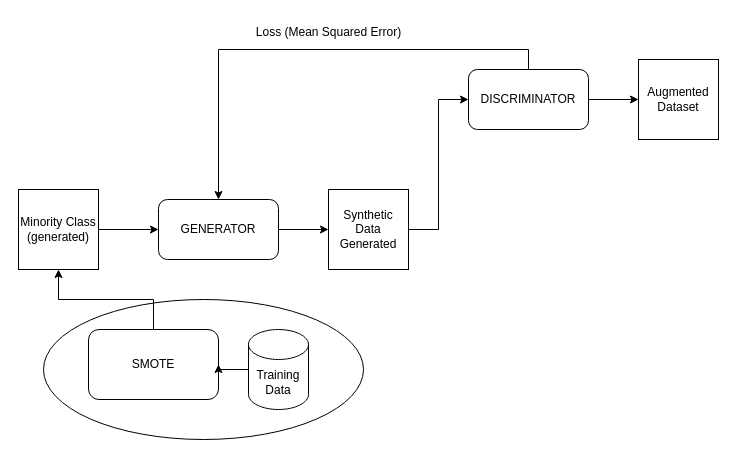
shaurya2093/Entity_Relationships keeps this draw.io diagram as Untitled Diagram.drawio. Above is the earlier version. Source tidied: cells renumbered, new cells numbered last; positions are measured from the earlier drawing's top-left corner, leaving out a move shared by most shapes. Both pictures are drawn from the tidied source at 100%, with x=0, y=0 at pixel (18, 17).
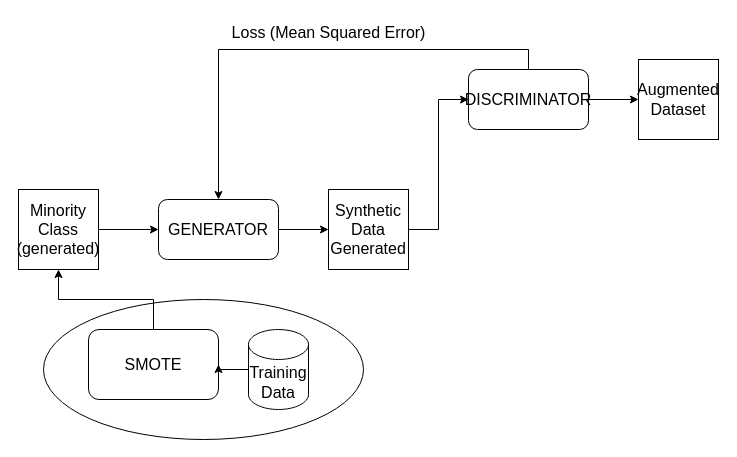
Above is the later version.

Commit message:
Updated_Smotefied_GAN

The edit, as a diff of the source:
```diff
@@
 <mxGraphModel>
   <root>
     <mxCell id="0" />
     <mxCell id="1" parent="0" />
     <mxCell id="2" style="edgeStyle=orthogonalEdgeStyle;rounded=0;jettySize=auto;html=1;exitX=1;exitY=0.5;exitDx=0;exitDy=0;entryX=0;entryY=0.5;entryDx=0;entryDy=0;" parent="1" edge="1" source="3" target="7">
       <mxGeometry relative="1" as="geometry" />
     </mxCell>
-    <mxCell id="3" value="Minority Class&lt;div&gt;(generated)&lt;/div&gt;" style="whiteSpace=wrap;html=1;" parent="1" vertex="1">
+    <mxCell id="3" value="&lt;font style=&quot;font-size: 16px;&quot;&gt;Minority Class&lt;/font&gt;&lt;div&gt;&lt;font size=&quot;3&quot;&gt;(generated)&lt;/font&gt;&lt;/div&gt;" style="whiteSpace=wrap;html=1;" parent="1" vertex="1">
       <mxGeometry y="172" width="80" height="80" as="geometry" />
     </mxCell>
     <mxCell id="4" style="edgeStyle=orthogonalEdgeStyle;rounded=0;jettySize=auto;html=1;exitX=0.5;exitY=0;exitDx=0;exitDy=0;" parent="1" edge="1" source="5" target="7">
       <mxGeometry relative="1" as="geometry" />
     </mxCell>
-    <mxCell id="5" value="DISCRIMINATOR" style="rounded=1;whiteSpace=wrap;html=1;" parent="1" vertex="1">
+    <mxCell id="5" value="&lt;font style=&quot;font-size: 16px;&quot;&gt;DISCRIMINATOR&lt;/font&gt;" style="rounded=1;whiteSpace=wrap;html=1;" parent="1" vertex="1">
       <mxGeometry x="450" y="52" width="120" height="60" as="geometry" />
     </mxCell>
     <mxCell id="6" style="edgeStyle=orthogonalEdgeStyle;rounded=0;jettySize=auto;html=1;" parent="1" edge="1" source="7" target="9">
       <mxGeometry relative="1" as="geometry" />
     </mxCell>
-    <mxCell id="7" value="GENERATOR" style="rounded=1;whiteSpace=wrap;html=1;" parent="1" vertex="1">
+    <mxCell id="7" value="&lt;font style=&quot;font-size: 16px;&quot;&gt;GENERATOR&lt;/font&gt;" style="rounded=1;whiteSpace=wrap;html=1;" parent="1" vertex="1">
       <mxGeometry x="140" y="182" width="120" height="60" as="geometry" />
     </mxCell>
     <mxCell id="8" style="edgeStyle=orthogonalEdgeStyle;rounded=0;jettySize=auto;html=1;entryX=0;entryY=0.5;entryDx=0;entryDy=0;" parent="1" edge="1" source="9" target="5">
       <mxGeometry relative="1" as="geometry" />
     </mxCell>
-    <mxCell id="9" value="Synthetic Data Generated" style="whiteSpace=wrap;html=1;" parent="1" vertex="1">
+    <mxCell id="9" value="&lt;font style=&quot;font-size: 16px;&quot;&gt;Synthetic Data Generated&lt;/font&gt;" style="whiteSpace=wrap;html=1;" parent="1" vertex="1">
       <mxGeometry x="310" y="172" width="80" height="80" as="geometry" />
     </mxCell>
-    <mxCell id="10" value="Augmented Dataset" style="whiteSpace=wrap;html=1;" parent="1" vertex="1">
+    <mxCell id="10" value="&lt;font style=&quot;font-size: 16px;&quot;&gt;Augmented Dataset&lt;/font&gt;" style="whiteSpace=wrap;html=1;" parent="1" vertex="1">
       <mxGeometry x="620" y="42" width="80" height="80" as="geometry" />
     </mxCell>
     <mxCell id="11" style="ellipse;whiteSpace=wrap;html=1;" parent="1" vertex="1">
       <mxGeometry x="25" y="282" width="320" height="140" as="geometry" />
     </mxCell>
     <mxCell id="12" style="edgeStyle=orthogonalEdgeStyle;rounded=0;jettySize=auto;html=1;exitX=0.5;exitY=0;exitDx=0;exitDy=0;entryX=0.5;entryY=1;entryDx=0;entryDy=0;" parent="1" edge="1" source="13" target="3">
       <mxGeometry relative="1" as="geometry" />
     </mxCell>
-    <mxCell id="13" value="SMOTE" style="rounded=1;whiteSpace=wrap;html=1;" parent="1" vertex="1">
+    <mxCell id="13" value="&lt;font style=&quot;font-size: 16px;&quot;&gt;SMOTE&lt;/font&gt;" style="rounded=1;whiteSpace=wrap;html=1;" parent="1" vertex="1">
       <mxGeometry x="70" y="312" width="130" height="70" as="geometry" />
     </mxCell>
     <mxCell id="14" style="edgeStyle=orthogonalEdgeStyle;rounded=0;jettySize=auto;html=1;exitX=0;exitY=0.5;exitDx=0;exitDy=0;exitPerimeter=0;entryX=1;entryY=0.5;entryDx=0;entryDy=0;" parent="1" edge="1" source="15" target="13">
       <mxGeometry relative="1" as="geometry" />
     </mxCell>
-    <mxCell id="15" value="Training Data" style="shape=cylinder3;whiteSpace=wrap;html=1;boundedLbl=1;backgroundOutline=1;size=15;" parent="1" vertex="1">
+    <mxCell id="15" value="&lt;font style=&quot;font-size: 16px;&quot;&gt;Training Data&lt;/font&gt;" style="shape=cylinder3;whiteSpace=wrap;html=1;boundedLbl=1;backgroundOutline=1;size=15;" parent="1" vertex="1">
       <mxGeometry x="230" y="312" width="60" height="80" as="geometry" />
     </mxCell>
     <mxCell id="16" style="edgeStyle=orthogonalEdgeStyle;rounded=0;jettySize=auto;html=1;exitX=1;exitY=0.5;exitDx=0;exitDy=0;entryX=0;entryY=0.5;entryDx=0;entryDy=0;" parent="1" edge="1" source="5" target="10">
       <mxGeometry relative="1" as="geometry" />
     </mxCell>
-    <mxCell id="17" value="Loss (Mean Squared Error)" style="text;html=1;align=center;verticalAlign=middle;strokeColor=none;fillColor=none;" parent="1" vertex="1">
-      <mxGeometry x="225" width="170" height="30" as="geometry" />
+    <mxCell id="17" value="&lt;font style=&quot;font-size: 16px;&quot;&gt;Loss (Mean Squared Error)&lt;/font&gt;" style="text;html=1;align=center;verticalAlign=middle;strokeColor=none;fillColor=none;" parent="1" vertex="1">
+      <mxGeometry x="200" width="220" height="30" as="geometry" />
     </mxCell>
   </root>
 </mxGraphModel>
```
